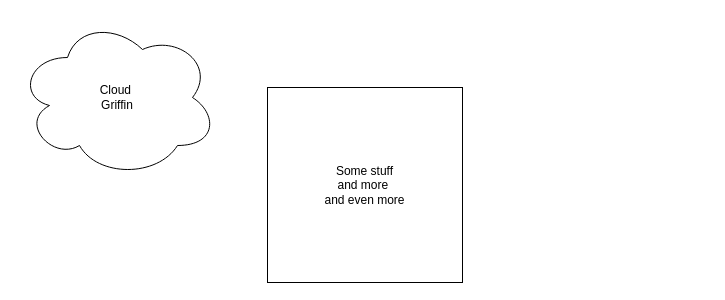
The draw.io diagram page "Page-2" (2 of 2) of Untitled Diagram.drawio in ggriffin924/slack-msg, before the edit. Source tidied: cells renumbered, new cells numbered last; positions are measured from the earlier drawing's top-left corner, leaving out a move shared by most shapes. Both pictures are drawn from the tidied source at 100%, with x=0, y=0 at pixel (17, 17).
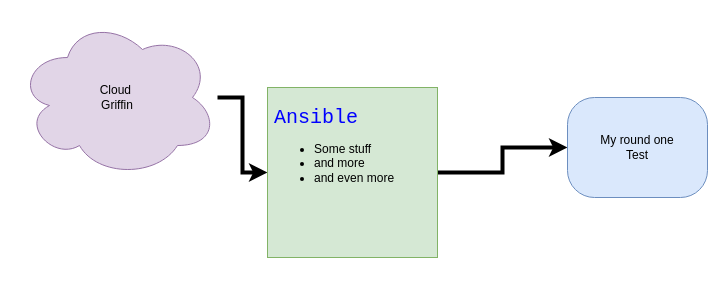
Above is the later version.

Commit message:
Changes with Ansible text

The edit, as a diff of the source:
```diff
@@
 <mxGraphModel>
   <root>
     <mxCell id="0" />
     <mxCell id="1" parent="0" />
+    <mxCell id="4" style="edgeStyle=orthogonalEdgeStyle;rounded=0;jettySize=auto;html=1;entryX=0;entryY=0.5;entryDx=0;entryDy=0;strokeWidth=4;" parent="1" edge="1" source="2" target="3">
+      <mxGeometry relative="1" as="geometry" />
+    </mxCell>
-    <mxCell id="2" value="Cloud&amp;nbsp;&lt;br&gt;Griffin&lt;br&gt;" style="ellipse;shape=cloud;whiteSpace=wrap;html=1;" parent="1" vertex="1">
+    <mxCell id="2" value="Cloud&amp;nbsp;&lt;br&gt;Griffin&lt;br&gt;" style="ellipse;shape=cloud;whiteSpace=wrap;html=1;fillColor=#e1d5e7;strokeColor=#9673a6;" parent="1" vertex="1">
       <mxGeometry width="200" height="160" as="geometry" />
     </mxCell>
+    <mxCell id="5" style="edgeStyle=orthogonalEdgeStyle;rounded=0;jettySize=auto;html=1;entryX=0;entryY=0.5;entryDx=0;entryDy=0;strokeWidth=4;" parent="1" edge="1" source="3" target="6">
+      <mxGeometry relative="1" as="geometry" />
+    </mxCell>
-    <mxCell id="3" value="Some stuff&lt;br&gt;and more&amp;nbsp;&lt;br&gt;and even more&lt;br&gt;" style="whiteSpace=wrap;html=1;" parent="1" vertex="1">
-      <mxGeometry x="250" y="70" width="195" height="195" as="geometry" />
+    <mxCell id="3" value="&lt;p style=&quot;line-height: 110%&quot;&gt;&lt;/p&gt;&lt;div style=&quot;text-align: left&quot;&gt;&lt;pre&gt;&lt;font style=&quot;font-size: 20px&quot; color=&quot;#0000ff&quot;&gt;Ansible&lt;/font&gt;&lt;/pre&gt;&lt;ul&gt;&lt;li&gt;&lt;span&gt;Some stuff&lt;/span&gt;&lt;/li&gt;&lt;li&gt;&lt;span&gt;and more&amp;nbsp;&lt;/span&gt;&lt;/li&gt;&lt;li&gt;&lt;span&gt;and even more&lt;/span&gt;&lt;/li&gt;&lt;/ul&gt;&lt;/div&gt;&lt;p&gt;&lt;/p&gt;" style="whiteSpace=wrap;html=1;fillColor=#d5e8d4;strokeColor=#82b366;align=left;verticalAlign=top;spacingLeft=5;" parent="1" vertex="1">
+      <mxGeometry x="250" y="70" width="170" height="170" as="geometry" />
     </mxCell>
+    <mxCell id="6" value="My round one&lt;br&gt;Test&lt;br&gt;" style="rounded=1;whiteSpace=wrap;html=1;arcSize=27;fillColor=#dae8fc;strokeColor=#6c8ebf;" parent="1" vertex="1">
+      <mxGeometry x="550" y="80" width="140" height="100" as="geometry" />
+    </mxCell>
   </root>
 </mxGraphModel>
```
